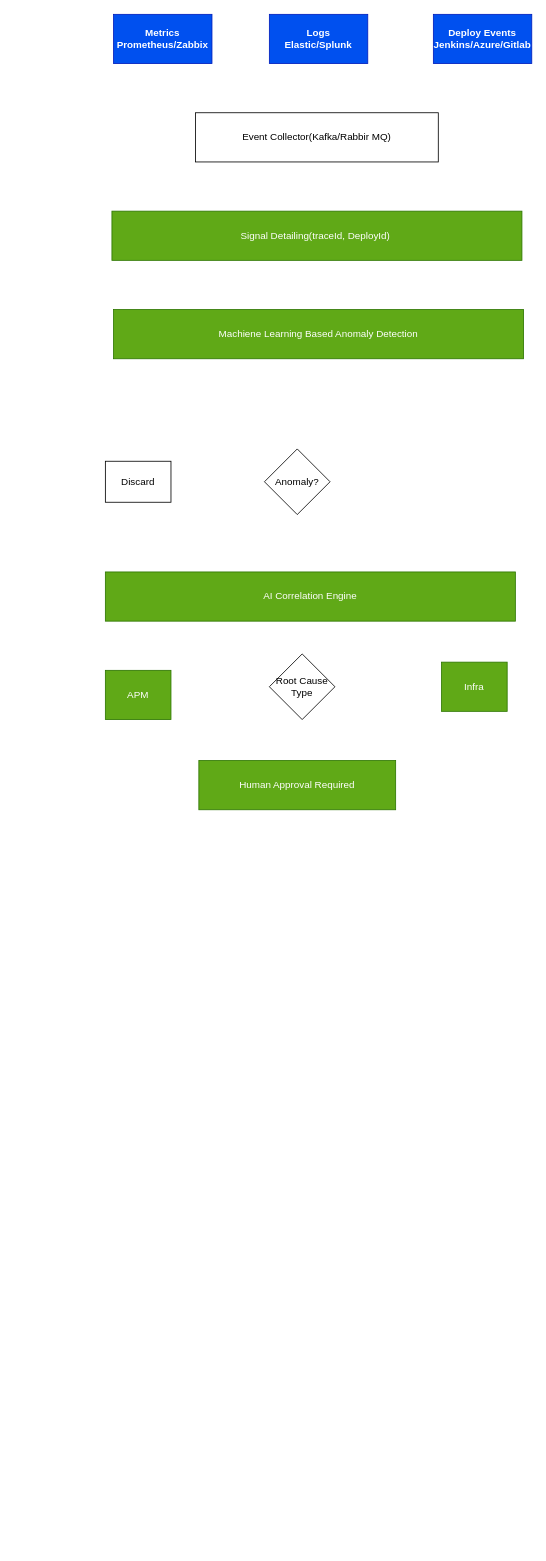
Above: Başlıksız Diyagram.drawio in BKarayilmaz/SisalCaseStudy (draw.io), before the change. Source tidied: cells renumbered, new cells numbered last; positions are measured from the earlier drawing's top-left corner, leaving out a move shared by most shapes. Both pictures are drawn from the tidied source at 82%, with x=0, y=0 at pixel (105, 14).
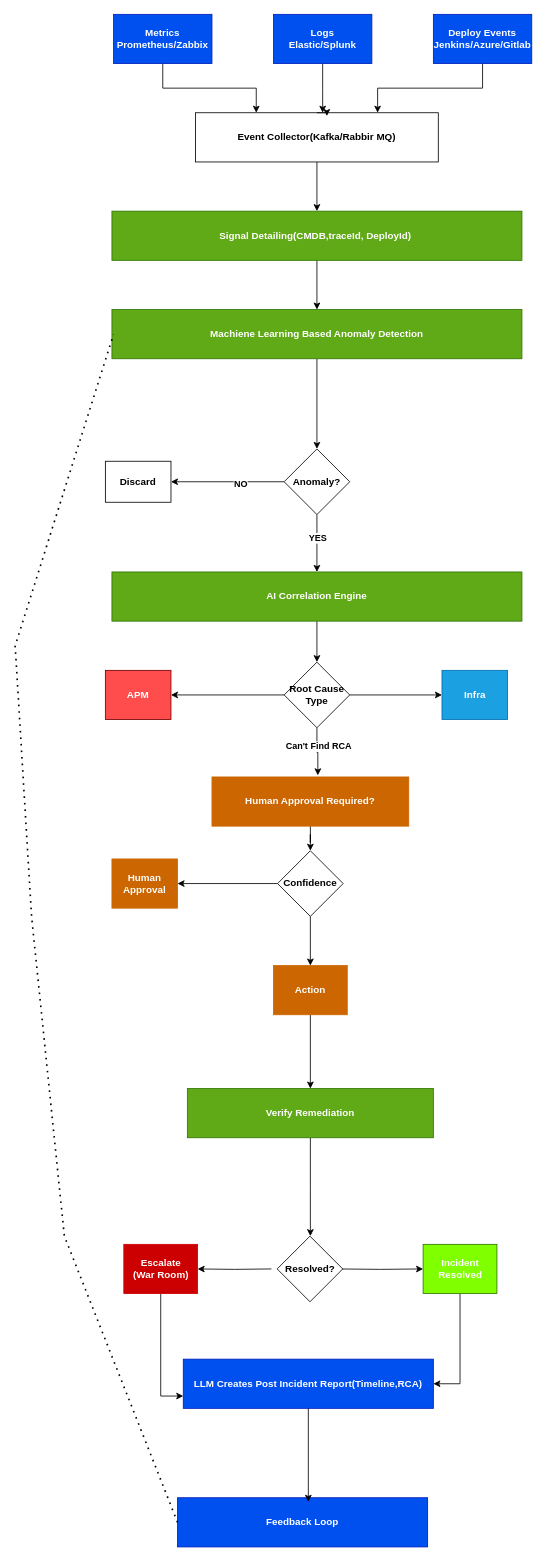
The same diagram, later.

Diff of the diagram source:
```diff
@@
+    <mxCell id="15" style="edgeStyle=orthogonalEdgeStyle;rounded=0;jettySize=auto;html=1;entryX=0.25;entryY=0;entryDx=0;entryDy=0;fontStyle=1;" parent="1" edge="1" source="2" target="5">
+      <mxGeometry relative="1" as="geometry" />
+    </mxCell>
-    <mxCell id="2" value="&lt;b&gt;Metrics&lt;/b&gt;&lt;div&gt;&lt;b&gt;Prometheus/Zabbix&lt;/b&gt;&lt;/div&gt;" style="rounded=0;whiteSpace=wrap;html=1;fillColor=#0050ef;fontColor=#ffffff;strokeColor=#001DBC;" parent="1" vertex="1">
+    <mxCell id="2" value="&lt;span&gt;Metrics&lt;/span&gt;&lt;div&gt;&lt;span&gt;Prometheus/Zabbix&lt;/span&gt;&lt;/div&gt;" style="rounded=0;whiteSpace=wrap;html=1;fillColor=#0050ef;fontColor=#ffffff;strokeColor=#001DBC;fontStyle=1;" parent="1" vertex="1">
       <mxGeometry x="10" width="120" height="60" as="geometry" />
     </mxCell>
+    <mxCell id="16" style="edgeStyle=orthogonalEdgeStyle;rounded=0;jettySize=auto;html=1;fontStyle=1;" parent="1" edge="1" source="3">
+      <mxGeometry relative="1" as="geometry">
+        <mxPoint x="265" y="120" as="targetPoint" />
+      </mxGeometry>
+    </mxCell>
-    <mxCell id="3" value="&lt;b&gt;Logs&lt;br&gt;Elastic/Splunk&lt;/b&gt;" style="rounded=0;whiteSpace=wrap;html=1;fillColor=#0050ef;fontColor=#ffffff;strokeColor=#001DBC;" parent="1" vertex="1">
-      <mxGeometry x="200" width="120" height="60" as="geometry" />
+    <mxCell id="3" value="&lt;span&gt;Logs&lt;br&gt;Elastic/Splunk&lt;/span&gt;" style="rounded=0;whiteSpace=wrap;html=1;fillColor=#0050ef;fontColor=#ffffff;strokeColor=#001DBC;fontStyle=1;" parent="1" vertex="1">
+      <mxGeometry x="205" width="120" height="60" as="geometry" />
     </mxCell>
+    <mxCell id="17" style="edgeStyle=orthogonalEdgeStyle;rounded=0;jettySize=auto;html=1;entryX=0.75;entryY=0;entryDx=0;entryDy=0;fontStyle=1;" parent="1" edge="1" source="4" target="5">
+      <mxGeometry relative="1" as="geometry" />
+    </mxCell>
-    <mxCell id="4" value="&lt;b&gt;Deploy Events&lt;/b&gt;&lt;div&gt;&lt;b&gt;Jenkins/Azure/Gitlab&lt;/b&gt;&lt;/div&gt;" style="rounded=0;whiteSpace=wrap;html=1;fillColor=#0050ef;fontColor=#ffffff;strokeColor=#001DBC;" parent="1" vertex="1">
+    <mxCell id="4" value="&lt;span&gt;Deploy Events&lt;/span&gt;&lt;div&gt;&lt;span&gt;Jenkins/Azure/Gitlab&lt;/span&gt;&lt;/div&gt;" style="rounded=0;whiteSpace=wrap;html=1;fillColor=#0050ef;fontColor=#ffffff;strokeColor=#001DBC;fontStyle=1;" parent="1" vertex="1">
       <mxGeometry x="400" width="120" height="60" as="geometry" />
     </mxCell>
+    <mxCell id="18" style="edgeStyle=orthogonalEdgeStyle;rounded=0;jettySize=auto;html=1;entryX=0.5;entryY=0;entryDx=0;entryDy=0;fontStyle=1;" parent="1" edge="1" source="5" target="6">
+      <mxGeometry relative="1" as="geometry" />
+    </mxCell>
-    <mxCell id="5" value="Event Collector(Kafka/Rabbir MQ)" style="rounded=0;whiteSpace=wrap;html=1;" parent="1" vertex="1">
+    <mxCell id="5" value="Event Collector(Kafka/Rabbir MQ)" style="rounded=0;whiteSpace=wrap;html=1;fontStyle=1;" parent="1" vertex="1">
       <mxGeometry x="110" y="120" width="296" height="60" as="geometry" />
     </mxCell>
+    <mxCell id="19" style="edgeStyle=orthogonalEdgeStyle;rounded=0;jettySize=auto;html=1;fontStyle=1;" parent="1" edge="1" source="6" target="7">
+      <mxGeometry relative="1" as="geometry" />
+    </mxCell>
-    <mxCell id="6" value="Signal Detailing(traceId, DeployId)&amp;nbsp;" style="rounded=0;whiteSpace=wrap;html=1;fillColor=light-dark(#60A917,#00994D);fontColor=#ffffff;strokeColor=#2D7600;" parent="1" vertex="1">
+    <mxCell id="6" value="Signal Detailing(CMDB,traceId, DeployId)&amp;nbsp;" style="rounded=0;whiteSpace=wrap;html=1;fillColor=light-dark(#60A917,#00994D);fontColor=#ffffff;strokeColor=#2D7600;fontStyle=1;" parent="1" vertex="1">
       <mxGeometry x="8" y="240" width="500" height="60" as="geometry" />
     </mxCell>
+    <mxCell id="20" style="edgeStyle=orthogonalEdgeStyle;rounded=0;jettySize=auto;html=1;entryX=0.5;entryY=0;entryDx=0;entryDy=0;fontStyle=1;" parent="1" edge="1" source="7" target="8">
+      <mxGeometry relative="1" as="geometry" />
+    </mxCell>
-    <mxCell id="7" value="Machiene Learning Based Anomaly Detection" style="rounded=0;whiteSpace=wrap;html=1;fillColor=light-dark(#60A917,#00994D);fontColor=#ffffff;strokeColor=#2D7600;" parent="1" vertex="1">
-      <mxGeometry x="10" y="360" width="500" height="60" as="geometry" />
+    <mxCell id="7" value="Machiene Learning Based Anomaly Detection" style="rounded=0;whiteSpace=wrap;html=1;fillColor=light-dark(#60A917,#00994D);fontColor=#ffffff;strokeColor=#2D7600;fontStyle=1;" parent="1" vertex="1">
+      <mxGeometry x="8" y="360" width="500" height="60" as="geometry" />
     </mxCell>
+    <mxCell id="21" style="edgeStyle=orthogonalEdgeStyle;rounded=0;jettySize=auto;html=1;entryX=1;entryY=0.5;entryDx=0;entryDy=0;fontStyle=1;" parent="1" edge="1" source="8" target="9">
+      <mxGeometry relative="1" as="geometry" />
+    </mxCell>
+    <mxCell id="22" value="NO" style="edgeLabel;html=1;align=center;verticalAlign=middle;fontStyle=1;" parent="21" vertex="1">
+      <mxGeometry x="-0.22" y="2" relative="1" as="geometry" />
+    </mxCell>
+    <mxCell id="23" style="edgeStyle=orthogonalEdgeStyle;rounded=0;jettySize=auto;html=1;fontStyle=1;" parent="1" edge="1" source="8" target="10">
+      <mxGeometry relative="1" as="geometry" />
+    </mxCell>
+    <mxCell id="24" value="YES" style="edgeLabel;html=1;align=center;verticalAlign=middle;fontStyle=1;" parent="23" vertex="1">
+      <mxGeometry x="-0.2" relative="1" as="geometry" />
+    </mxCell>
-    <mxCell id="8" value="Anomaly?" style="rhombus;whiteSpace=wrap;html=1;" parent="1" vertex="1">
-      <mxGeometry x="194" y="530" width="80" height="80" as="geometry" />
+    <mxCell id="8" value="Anomaly?" style="rhombus;whiteSpace=wrap;html=1;fontStyle=1;" parent="1" vertex="1">
+      <mxGeometry x="218" y="530" width="80" height="80" as="geometry" />
     </mxCell>
-    <mxCell id="9" value="Discard" style="rounded=0;whiteSpace=wrap;html=1;" parent="1" vertex="1">
+    <mxCell id="9" value="Discard" style="rounded=0;whiteSpace=wrap;html=1;fontStyle=1;" parent="1" vertex="1">
       <mxGeometry y="545" width="80" height="50" as="geometry" />
     </mxCell>
+    <mxCell id="25" style="edgeStyle=orthogonalEdgeStyle;rounded=0;jettySize=auto;html=1;entryX=0.5;entryY=0;entryDx=0;entryDy=0;fontStyle=1;" parent="1" edge="1" source="10" target="11">
+      <mxGeometry relative="1" as="geometry" />
+    </mxCell>
-    <mxCell id="10" value="AI Correlation Engine" style="rounded=0;whiteSpace=wrap;html=1;fillColor=light-dark(#60A917,#00994D);fontColor=#ffffff;strokeColor=#2D7600;" parent="1" vertex="1">
-      <mxGeometry y="680" width="500" height="60" as="geometry" />
+    <mxCell id="10" value="AI Correlation Engine" style="rounded=0;whiteSpace=wrap;html=1;fillColor=light-dark(#60A917,#00994D);fontColor=#ffffff;strokeColor=#2D7600;fontStyle=1;" parent="1" vertex="1">
+      <mxGeometry x="8" y="680" width="500" height="60" as="geometry" />
     </mxCell>
+    <mxCell id="26" style="edgeStyle=orthogonalEdgeStyle;rounded=0;jettySize=auto;html=1;entryX=1;entryY=0.5;entryDx=0;entryDy=0;fontStyle=1;" parent="1" edge="1" source="11" target="12">
+      <mxGeometry relative="1" as="geometry" />
+    </mxCell>
+    <mxCell id="27" style="edgeStyle=orthogonalEdgeStyle;rounded=0;jettySize=auto;html=1;fontStyle=1;" parent="1" edge="1" source="11" target="13">
+      <mxGeometry relative="1" as="geometry" />
+    </mxCell>
-    <mxCell id="11" value="Root Cause Type" style="rhombus;whiteSpace=wrap;html=1;" parent="1" vertex="1">
-      <mxGeometry x="200" y="780" width="80" height="80" as="geometry" />
+    <mxCell id="11" value="Root Cause Type" style="rhombus;whiteSpace=wrap;html=1;fontStyle=1;" parent="1" vertex="1">
+      <mxGeometry x="218" y="790" width="80" height="80" as="geometry" />
     </mxCell>
-    <mxCell id="12" value="APM" style="rounded=0;whiteSpace=wrap;html=1;fillColor=light-dark(#60A917,#00994D);fontColor=#ffffff;strokeColor=#2D7600;" parent="1" vertex="1">
+    <mxCell id="12" value="APM" style="rounded=0;whiteSpace=wrap;html=1;fillColor=#FF4C4C;fontColor=#ffffff;strokeColor=#6F0000;fontStyle=1;" parent="1" vertex="1">
       <mxGeometry y="800" width="80" height="60" as="geometry" />
     </mxCell>
-    <mxCell id="13" value="Infra" style="rounded=0;whiteSpace=wrap;html=1;fillColor=light-dark(#60A917,#00994D);fontColor=#ffffff;strokeColor=#2D7600;" parent="1" vertex="1">
-      <mxGeometry x="410" y="790" width="80" height="60" as="geometry" />
+    <mxCell id="13" value="Infra" style="rounded=0;whiteSpace=wrap;html=1;fillColor=#1ba1e2;fontColor=#ffffff;strokeColor=#006EAF;fontStyle=1;" parent="1" vertex="1">
+      <mxGeometry x="410.5" y="800" width="80" height="60" as="geometry" />
     </mxCell>
+    <mxCell id="28" style="edgeStyle=orthogonalEdgeStyle;rounded=0;jettySize=auto;html=1;fontStyle=1;" parent="1" edge="1" source="14" target="31">
+      <mxGeometry relative="1" as="geometry" />
+    </mxCell>
-    <mxCell id="14" value="Human Approval Required" style="rounded=0;whiteSpace=wrap;html=1;fillColor=light-dark(#60A917,#CC6600);fontColor=#ffffff;strokeColor=#2D7600;" parent="1" vertex="1">
-      <mxGeometry x="114" y="910" width="240" height="60" as="geometry" />
+    <mxCell id="14" value="Human Approval Required?" style="rounded=0;whiteSpace=wrap;html=1;fillColor=light-dark(#CC6600,#CC6600);fontColor=#ffffff;strokeColor=#CC6600;fontStyle=1;" parent="1" vertex="1">
+      <mxGeometry x="130" y="930" width="240" height="60" as="geometry" />
     </mxCell>
+    <mxCell id="29" style="edgeStyle=orthogonalEdgeStyle;rounded=0;jettySize=auto;html=1;fontStyle=1;" parent="1" edge="1" source="31" target="32">
+      <mxGeometry relative="1" as="geometry" />
+    </mxCell>
+    <mxCell id="30" style="edgeStyle=orthogonalEdgeStyle;rounded=0;jettySize=auto;html=1;entryX=0.5;entryY=0;entryDx=0;entryDy=0;fontStyle=1;" parent="1" edge="1" source="31" target="34">
+      <mxGeometry relative="1" as="geometry" />
+    </mxCell>
+    <mxCell id="31" value="Confidence" style="rhombus;whiteSpace=wrap;html=1;fontStyle=1;" parent="1" vertex="1">
+      <mxGeometry x="210" y="1020" width="80" height="80" as="geometry" />
+    </mxCell>
+    <mxCell id="32" value="Human Approval" style="rounded=0;whiteSpace=wrap;html=1;fillColor=light-dark(#CC6600,#CC6600);fontColor=#ffffff;strokeColor=#CC6600;fontStyle=1;" parent="1" vertex="1">
+      <mxGeometry x="8" y="1030" width="80" height="60" as="geometry" />
+    </mxCell>
+    <mxCell id="33" style="edgeStyle=orthogonalEdgeStyle;rounded=0;jettySize=auto;html=1;entryX=0.5;entryY=0;entryDx=0;entryDy=0;fontStyle=1;" parent="1" edge="1" source="34" target="36">
+      <mxGeometry relative="1" as="geometry" />
+    </mxCell>
+    <mxCell id="34" value="Action" style="rounded=0;whiteSpace=wrap;html=1;fillColor=light-dark(#CC6600,#CC6600);fontColor=#ffffff;strokeColor=#CC6600;fontStyle=1;" parent="1" vertex="1">
+      <mxGeometry x="205" y="1160" width="90" height="60" as="geometry" />
+    </mxCell>
+    <mxCell id="35" style="edgeStyle=orthogonalEdgeStyle;rounded=0;jettySize=auto;html=1;fontStyle=1;" parent="1" edge="1" source="36">
+      <mxGeometry relative="1" as="geometry">
+        <mxPoint x="250" y="1490" as="targetPoint" />
+      </mxGeometry>
+    </mxCell>
+    <mxCell id="36" value="Verify Remediation" style="rounded=0;whiteSpace=wrap;html=1;fillColor=light-dark(#60A917,#00994D);fontColor=#ffffff;strokeColor=#2D7600;fontStyle=1;" parent="1" vertex="1">
+      <mxGeometry x="100" y="1310" width="300" height="60" as="geometry" />
+    </mxCell>
+    <mxCell id="37" style="edgeStyle=orthogonalEdgeStyle;rounded=0;jettySize=auto;html=1;entryX=1;entryY=0.5;entryDx=0;entryDy=0;fontStyle=1;" parent="1" edge="1" target="41">
+      <mxGeometry relative="1" as="geometry">
+        <mxPoint x="202.5" y="1530" as="sourcePoint" />
+      </mxGeometry>
+    </mxCell>
+    <mxCell id="38" style="edgeStyle=orthogonalEdgeStyle;rounded=0;jettySize=auto;html=1;fontStyle=1;" parent="1" edge="1" target="43">
+      <mxGeometry relative="1" as="geometry">
+        <mxPoint x="282.5" y="1530" as="sourcePoint" />
+      </mxGeometry>
+    </mxCell>
+    <mxCell id="39" value="Resolved?" style="rhombus;whiteSpace=wrap;html=1;fontStyle=1;" parent="1" vertex="1">
+      <mxGeometry x="209.5" y="1490" width="80" height="80" as="geometry" />
+    </mxCell>
+    <mxCell id="40" style="edgeStyle=orthogonalEdgeStyle;rounded=0;jettySize=auto;html=1;entryX=0;entryY=0.75;entryDx=0;entryDy=0;fontStyle=1;" parent="1" edge="1" source="41" target="44">
+      <mxGeometry relative="1" as="geometry" />
+    </mxCell>
+    <mxCell id="41" value="Escalate&lt;br&gt;(War Room)" style="rounded=0;whiteSpace=wrap;html=1;fillColor=light-dark(#CC0000,#CC0000);fontColor=#ffffff;strokeColor=light-dark(#CC0000,#CC0000);fontStyle=1;" parent="1" vertex="1">
+      <mxGeometry x="22.5" y="1500" width="90" height="60" as="geometry" />
+    </mxCell>
+    <mxCell id="42" style="edgeStyle=orthogonalEdgeStyle;rounded=0;jettySize=auto;html=1;entryX=1;entryY=0.5;entryDx=0;entryDy=0;fontStyle=1;" parent="1" edge="1" source="43" target="44">
+      <mxGeometry relative="1" as="geometry" />
+    </mxCell>
+    <mxCell id="43" value="Incident Resolved" style="rounded=0;whiteSpace=wrap;html=1;fillColor=light-dark(#80FF00,#80FF00);fontColor=#ffffff;strokeColor=#2D7600;fontStyle=1;" parent="1" vertex="1">
+      <mxGeometry x="387.5" y="1500" width="90" height="60" as="geometry" />
+    </mxCell>
+    <mxCell id="44" value="&lt;span&gt;LLM Creates Post Incident Report(Timeline,RCA)&lt;/span&gt;" style="rounded=0;whiteSpace=wrap;html=1;fillColor=#0050ef;fontColor=#ffffff;strokeColor=#001DBC;fontStyle=1;" parent="1" vertex="1">
+      <mxGeometry x="95" y="1640" width="305" height="60" as="geometry" />
+    </mxCell>
+    <mxCell id="45" value="&lt;span&gt;Feedback Loop&lt;/span&gt;" style="rounded=0;whiteSpace=wrap;html=1;fillColor=#0050ef;fontColor=#ffffff;strokeColor=#001DBC;fontStyle=1;" parent="1" vertex="1">
+      <mxGeometry x="88" y="1809" width="305" height="60" as="geometry" />
+    </mxCell>
+    <mxCell id="46" style="edgeStyle=orthogonalEdgeStyle;rounded=0;jettySize=auto;html=1;entryX=0.523;entryY=0.083;entryDx=0;entryDy=0;entryPerimeter=0;fontStyle=1;" parent="1" edge="1" source="44" target="45">
+      <mxGeometry relative="1" as="geometry" />
+    </mxCell>
+    <mxCell id="47" style="edgeStyle=orthogonalEdgeStyle;rounded=0;orthogonalLoop=1;jettySize=auto;html=1;exitX=0.5;exitY=0;exitDx=0;exitDy=0;entryX=0.541;entryY=0.067;entryDx=0;entryDy=0;entryPerimeter=0;fontStyle=1;" parent="1" edge="1" source="5" target="5">
+      <mxGeometry relative="1" as="geometry">
+        <Array as="points">
+          <mxPoint x="270" y="120" />
+        </Array>
+      </mxGeometry>
+    </mxCell>
+    <mxCell id="48" style="edgeStyle=orthogonalEdgeStyle;rounded=0;jettySize=auto;html=1;entryX=0.538;entryY=-0.033;entryDx=0;entryDy=0;entryPerimeter=0;fontStyle=1;" parent="1" edge="1" source="11" target="14">
+      <mxGeometry relative="1" as="geometry">
+        <Array as="points">
+          <mxPoint x="258" y="900" />
+          <mxPoint x="259" y="900" />
+        </Array>
+      </mxGeometry>
+    </mxCell>
+    <mxCell id="49" value="Can't Find RCA" style="edgeLabel;html=1;align=center;verticalAlign=middle;fontStyle=1;" parent="48" vertex="1">
+      <mxGeometry x="-0.26" y="1" relative="1" as="geometry" />
+    </mxCell>
+    <mxCell id="50" style="endArrow=none;dashed=1;html=1;dashPattern=1 3;strokeWidth=2;rounded=0;exitX=0;exitY=0.5;exitDx=0;exitDy=0;fontStyle=1;" parent="1" edge="1" source="45">
+      <mxGeometry relative="1" as="geometry">
+        <mxPoint x="10" y="390" as="targetPoint" />
+        <Array as="points">
+          <mxPoint x="-50" y="1490" />
+          <mxPoint x="-90" y="1100" />
+          <mxPoint x="-110" y="770" />
+        </Array>
+      </mxGeometry>
+    </mxCell>
```
